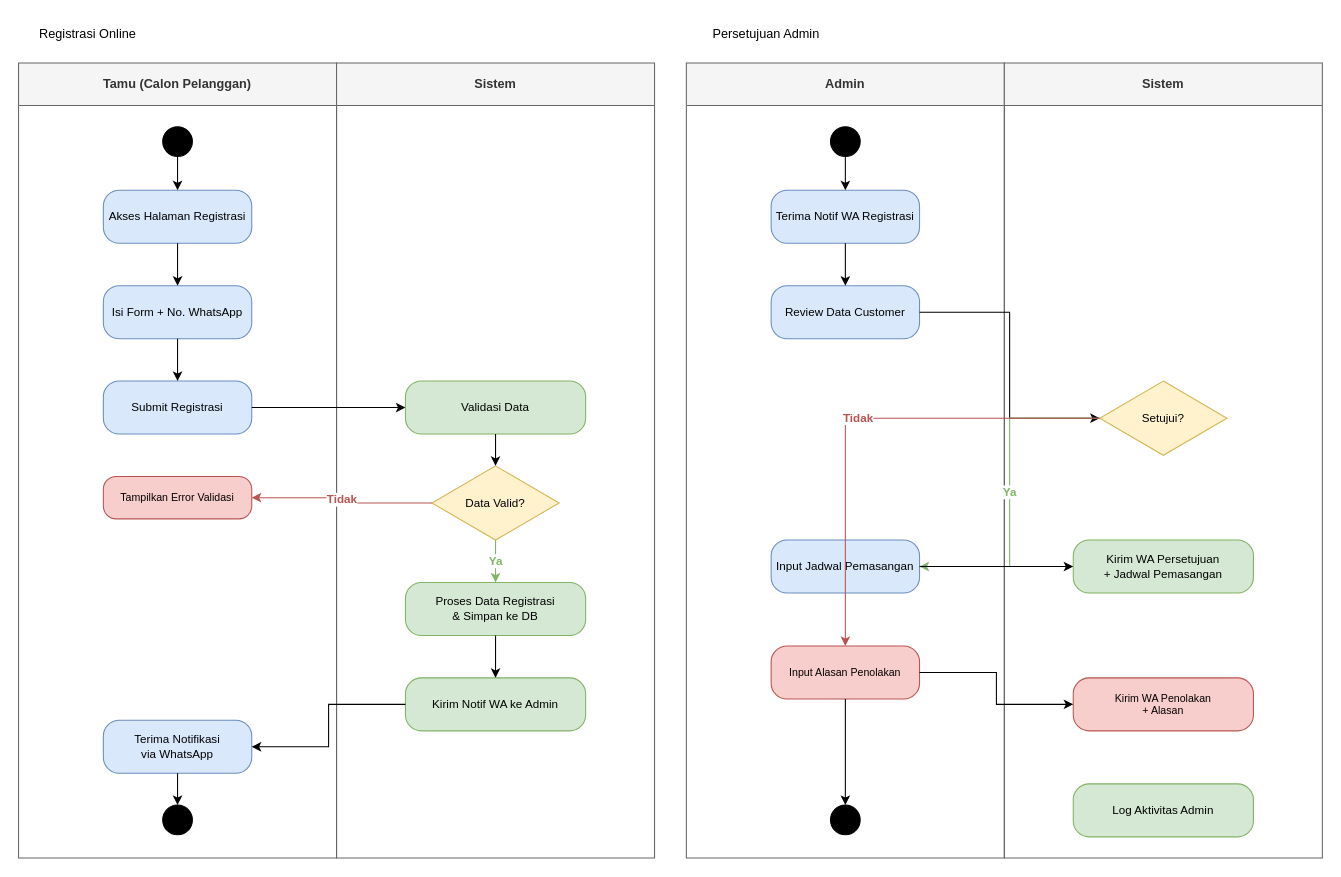
Earlier version of the draw.io diagram diagram/activity/registrasi.drawio (quiqxiq/mikmongo). Source tidied: cells renumbered, new cells numbered last; positions are measured from the earlier drawing's top-left corner, leaving out a move shared by most shapes. Both pictures are drawn from the tidied source at 106%, with x=0, y=0 at pixel (18, 18).
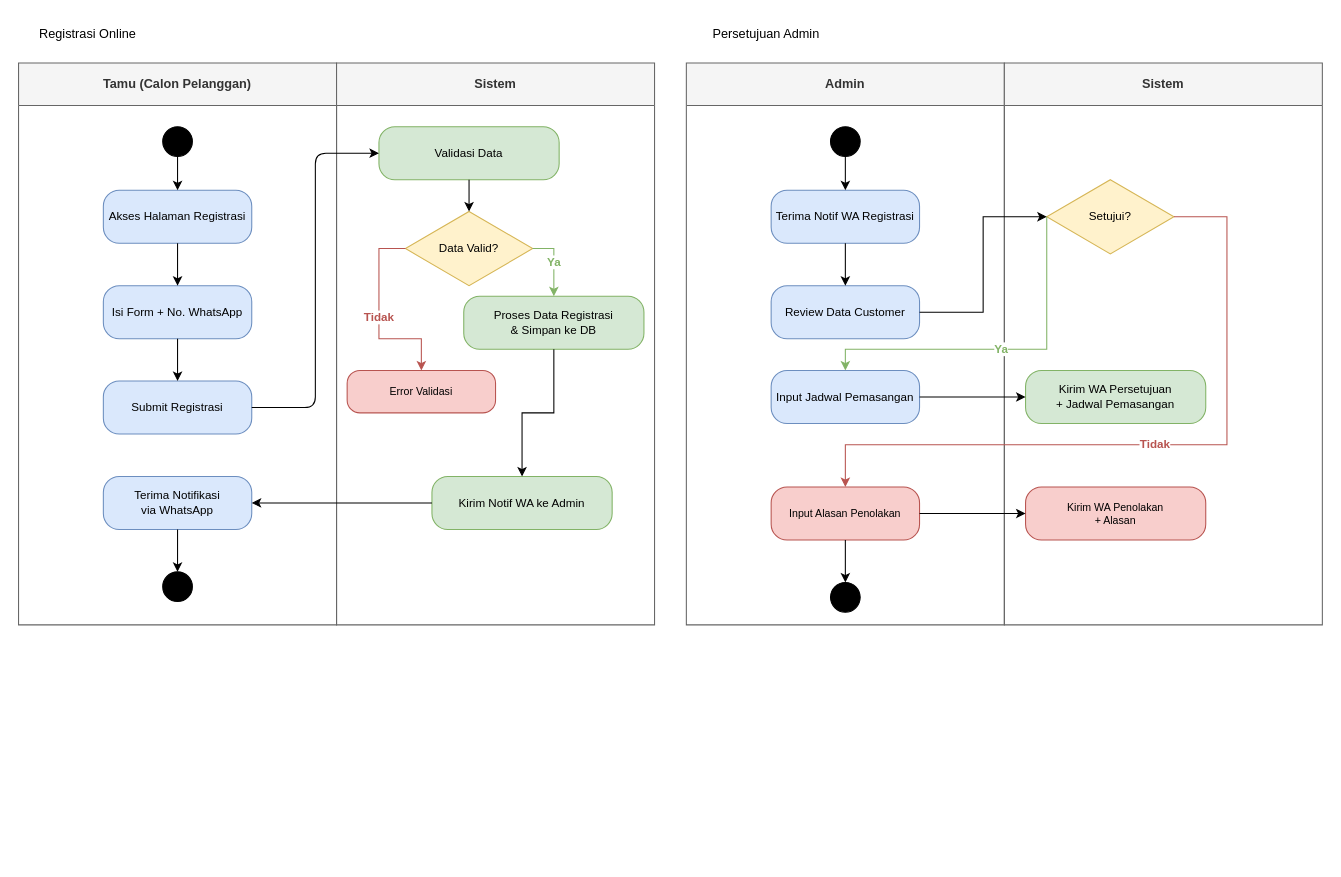
Above is the later version.

Unchanged cells that the change refers to:
```xml
<mxCell id="7" value="Submit Registrasi" style="rounded=1;whiteSpace=wrap;html=1;fillColor=#dae8fc;strokeColor=#6c8ebf;fontSize=11;arcSize=30;" parent="3" vertex="1">
  <mxGeometry x="80" y="300" width="140" height="50" as="geometry" />
</mxCell>
```

What changed in the source:
```diff
@@
     <mxCell id="3" value="Tamu (Calon Pelanggan)" style="swimlane;whiteSpace=wrap;html=1;startSize=40;fillColor=#f5f5f5;fontColor=#333333;strokeColor=#666666;" parent="1" vertex="1">
-      <mxGeometry y="42" width="300" height="750" as="geometry" />
+      <mxGeometry y="42" width="300" height="530" as="geometry" />
     </mxCell>
@@
-    <mxCell id="8" value="Tampilkan Error Validasi" style="rounded=1;whiteSpace=wrap;html=1;fillColor=#f8cecc;strokeColor=#b85450;fontSize=10;arcSize=30;" parent="3" vertex="1">
-      <mxGeometry x="80" y="390" width="140" height="40" as="geometry" />
-    </mxCell>
     <mxCell id="9" value="Terima Notifikasi&#10;via WhatsApp" style="rounded=1;whiteSpace=wrap;html=1;fillColor=#dae8fc;strokeColor=#6c8ebf;fontSize=11;arcSize=30;" parent="3" vertex="1">
-      <mxGeometry x="80" y="620" width="140" height="50" as="geometry" />
+      <mxGeometry x="80" y="390" width="140" height="50" as="geometry" />
     </mxCell>
     <mxCell id="10" style="shape=doubleEllipse;fillColor=#000000;strokeColor=#000000;" parent="3" vertex="1">
-      <mxGeometry x="136" y="700" width="28" height="28" as="geometry" />
+      <mxGeometry x="136" y="480" width="28" height="28" as="geometry" />
     </mxCell>
@@
     <mxCell id="15" value="Sistem" style="swimlane;whiteSpace=wrap;html=1;startSize=40;fillColor=#f5f5f5;fontColor=#333333;strokeColor=#666666;" parent="1" vertex="1">
-      <mxGeometry x="300" y="42" width="300" height="750" as="geometry" />
+      <mxGeometry x="300" y="42" width="300" height="530" as="geometry" />
     </mxCell>
     <mxCell id="16" value="Validasi Data" style="rounded=1;whiteSpace=wrap;html=1;fillColor=#d5e8d4;strokeColor=#82b366;fontSize=11;arcSize=30;" parent="15" vertex="1">
-      <mxGeometry x="65" y="300" width="170" height="50" as="geometry" />
+      <mxGeometry x="40" y="60" width="170" height="50" as="geometry" />
     </mxCell>
     <mxCell id="17" value="Data Valid?" style="rhombus;whiteSpace=wrap;html=1;fillColor=#fff2cc;strokeColor=#d6b656;fontSize=11;" parent="15" vertex="1">
-      <mxGeometry x="90" y="380" width="120" height="70" as="geometry" />
+      <mxGeometry x="65" y="140" width="120" height="70" as="geometry" />
     </mxCell>
     <mxCell id="18" value="Proses Data Registrasi&#10;&amp; Simpan ke DB" style="rounded=1;whiteSpace=wrap;html=1;fillColor=#d5e8d4;strokeColor=#82b366;fontSize=11;arcSize=30;" parent="15" vertex="1">
-      <mxGeometry x="65" y="490" width="170" height="50" as="geometry" />
+      <mxGeometry x="120" y="220" width="170" height="50" as="geometry" />
     </mxCell>
     <mxCell id="19" value="Kirim Notif WA ke Admin" style="rounded=1;whiteSpace=wrap;html=1;fillColor=#d5e8d4;strokeColor=#82b366;fontSize=11;arcSize=30;" parent="15" vertex="1">
-      <mxGeometry x="65" y="580" width="170" height="50" as="geometry" />
+      <mxGeometry x="90" y="390" width="170" height="50" as="geometry" />
     </mxCell>
@@
     <mxCell id="21" value="Ya" style="edgeStyle=orthogonalEdgeStyle;rounded=0;html=1;strokeColor=#82b366;fontColor=#82b366;fontStyle=1;" parent="15" edge="1" source="17" target="18">
-      <mxGeometry relative="1" as="geometry" />
+      <mxGeometry relative="1" as="geometry">
+        <Array as="points">
+          <mxPoint x="205" y="175" />
+        </Array>
+      </mxGeometry>
     </mxCell>
@@
-    <mxCell id="23" style="edgeStyle=orthogonalEdgeStyle;rounded=0;html=1;exitX=1;exitY=0.5;exitDx=0;exitDy=0;entryX=0;entryY=0.5;entryDx=0;entryDy=0;" parent="1" edge="1" source="7" target="16">
-      <mxGeometry relative="1" as="geometry" />
-    </mxCell>
+    <mxCell id="8" value="Error Validasi" style="rounded=1;whiteSpace=wrap;html=1;fillColor=#f8cecc;strokeColor=#b85450;fontSize=10;arcSize=30;" parent="15" vertex="1">
+      <mxGeometry x="10" y="290" width="140" height="40" as="geometry" />
+    </mxCell>
-    <mxCell id="24" value="Tidak" style="edgeStyle=orthogonalEdgeStyle;rounded=0;html=1;strokeColor=#b85450;fontColor=#b85450;fontStyle=1;exitX=0;exitY=0.5;exitDx=0;exitDy=0;entryX=1;entryY=0.5;entryDx=0;entryDy=0;" parent="1" edge="1" source="17" target="8">
-      <mxGeometry relative="1" as="geometry" />
+    <mxCell id="24" value="Tidak" style="edgeStyle=orthogonalEdgeStyle;rounded=0;html=1;strokeColor=#b85450;fontColor=#b85450;fontStyle=1;exitX=0;exitY=0.5;exitDx=0;exitDy=0;entryX=0.5;entryY=0;entryDx=0;entryDy=0;" parent="15" edge="1" source="17" target="8">
+      <mxGeometry relative="1" as="geometry">
+        <Array as="points">
+          <mxPoint x="40" y="175" />
+          <mxPoint x="40" y="260" />
+          <mxPoint x="80" y="260" />
+        </Array>
+      </mxGeometry>
     </mxCell>
@@
     <mxCell id="27" value="Admin" style="swimlane;whiteSpace=wrap;html=1;startSize=40;fillColor=#f5f5f5;fontColor=#333333;strokeColor=#666666;" parent="1" vertex="1">
-      <mxGeometry x="630" y="42" width="300" height="750" as="geometry" />
+      <mxGeometry x="630" y="42" width="300" height="530" as="geometry" />
     </mxCell>
@@
     <mxCell id="31" value="Input Jadwal Pemasangan" style="rounded=1;whiteSpace=wrap;html=1;fillColor=#dae8fc;strokeColor=#6c8ebf;fontSize=11;arcSize=30;" parent="27" vertex="1">
-      <mxGeometry x="80" y="450" width="140" height="50" as="geometry" />
+      <mxGeometry x="80" y="290" width="140" height="50" as="geometry" />
     </mxCell>
     <mxCell id="32" value="Input Alasan Penolakan" style="rounded=1;whiteSpace=wrap;html=1;fillColor=#f8cecc;strokeColor=#b85450;fontSize=10;arcSize=30;" parent="27" vertex="1">
-      <mxGeometry x="80" y="550" width="140" height="50" as="geometry" />
+      <mxGeometry x="80" y="400" width="140" height="50" as="geometry" />
     </mxCell>
     <mxCell id="33" style="shape=doubleEllipse;fillColor=#000000;strokeColor=#000000;" parent="27" vertex="1">
-      <mxGeometry x="136" y="700" width="28" height="28" as="geometry" />
+      <mxGeometry x="136" y="490" width="28" height="28" as="geometry" />
     </mxCell>
@@
     <mxCell id="37" value="Sistem" style="swimlane;whiteSpace=wrap;html=1;startSize=40;fillColor=#f5f5f5;fontColor=#333333;strokeColor=#666666;" parent="1" vertex="1">
-      <mxGeometry x="930" y="42" width="300" height="750" as="geometry" />
+      <mxGeometry x="930" y="42" width="300" height="530" as="geometry" />
     </mxCell>
     <mxCell id="38" value="Setujui?" style="rhombus;whiteSpace=wrap;html=1;fillColor=#fff2cc;strokeColor=#d6b656;fontSize=11;" parent="37" vertex="1">
-      <mxGeometry x="90" y="300" width="120" height="70" as="geometry" />
+      <mxGeometry x="40" y="110" width="120" height="70" as="geometry" />
     </mxCell>
     <mxCell id="39" value="Kirim WA Persetujuan&#10;+ Jadwal Pemasangan" style="rounded=1;whiteSpace=wrap;html=1;fillColor=#d5e8d4;strokeColor=#82b366;fontSize=11;arcSize=30;" parent="37" vertex="1">
-      <mxGeometry x="65" y="450" width="170" height="50" as="geometry" />
+      <mxGeometry x="20" y="290" width="170" height="50" as="geometry" />
     </mxCell>
     <mxCell id="40" value="Kirim WA Penolakan&#10;+ Alasan" style="rounded=1;whiteSpace=wrap;html=1;fillColor=#f8cecc;strokeColor=#b85450;fontSize=10;arcSize=30;" parent="37" vertex="1">
-      <mxGeometry x="65" y="580" width="170" height="50" as="geometry" />
+      <mxGeometry x="20" y="400" width="170" height="50" as="geometry" />
     </mxCell>
-    <mxCell id="41" value="Log Aktivitas Admin" style="rounded=1;whiteSpace=wrap;html=1;fillColor=#d5e8d4;strokeColor=#82b366;fontSize=11;arcSize=30;" parent="37" vertex="1">
-      <mxGeometry x="65" y="680" width="170" height="50" as="geometry" />
-    </mxCell>
@@
-    <mxCell id="43" value="Ya" style="edgeStyle=orthogonalEdgeStyle;rounded=0;html=1;strokeColor=#82b366;fontColor=#82b366;fontStyle=1;exitX=0;exitY=0.5;exitDx=0;exitDy=0;entryX=1;entryY=0.5;entryDx=0;entryDy=0;" parent="1" edge="1" source="38" target="31">
-      <mxGeometry relative="1" as="geometry" />
+    <mxCell id="43" value="Ya" style="edgeStyle=orthogonalEdgeStyle;rounded=0;html=1;strokeColor=#82b366;fontColor=#82b366;fontStyle=1;exitX=0;exitY=0.5;exitDx=0;exitDy=0;entryX=0.5;entryY=0;entryDx=0;entryDy=0;" parent="1" edge="1" source="38" target="31">
+      <mxGeometry relative="1" as="geometry">
+        <Array as="points">
+          <mxPoint x="970" y="312" />
+          <mxPoint x="780" y="312" />
+        </Array>
+      </mxGeometry>
     </mxCell>
@@
-    <mxCell id="45" value="Tidak" style="edgeStyle=orthogonalEdgeStyle;rounded=0;html=1;strokeColor=#b85450;fontColor=#b85450;fontStyle=1;" parent="1" edge="1" source="38" target="32">
-      <mxGeometry relative="1" as="geometry" />
+    <mxCell id="45" value="Tidak" style="edgeStyle=orthogonalEdgeStyle;rounded=0;html=1;strokeColor=#b85450;fontColor=#b85450;fontStyle=1;exitX=1;exitY=0.5;exitDx=0;exitDy=0;" parent="1" edge="1" source="38" target="32">
+      <mxGeometry relative="1" as="geometry">
+        <Array as="points">
+          <mxPoint x="1140" y="187" />
+          <mxPoint x="1140" y="402" />
+          <mxPoint x="780" y="402" />
+        </Array>
+      </mxGeometry>
     </mxCell>
@@
+    <mxCell id="23" style="edgeStyle=orthogonalEdgeStyle;html=1;entryX=0;entryY=0.5;entryDx=0;entryDy=0;" parent="1" edge="1" source="7" target="16">
+      <mxGeometry relative="1" as="geometry" />
+    </mxCell>
```
